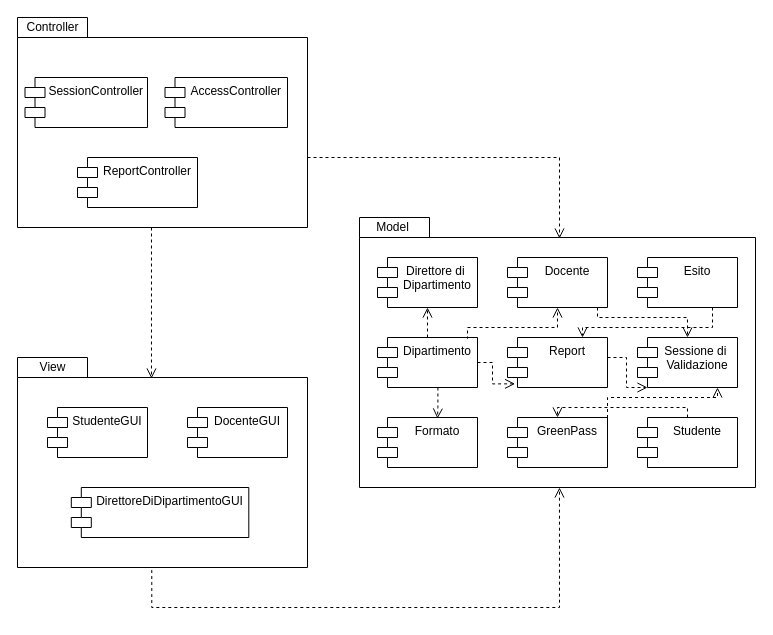
Above: Documentazione/Resources/Component Diagram.drawio in Alberto-00/EasyPass (draw.io), before the change. Source tidied: cells renumbered, new cells numbered last; positions are measured from the earlier drawing's top-left corner, leaving out a move shared by most shapes. Both pictures are drawn from the tidied source at 100%, with x=0, y=0 at pixel (17, 17).
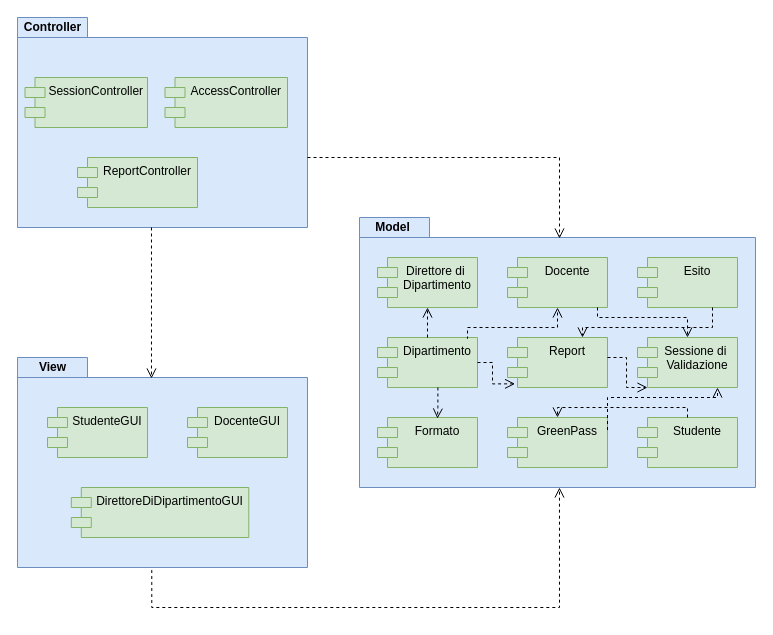
After the change.

The edit, as a diff of the source:
```diff
@@
-    <mxCell id="2" style="shape=folder;fontStyle=1;spacingTop=10;tabWidth=70;tabHeight=20;tabPosition=left;html=1;" parent="1" vertex="1">
+    <mxCell id="2" style="shape=folder;fontStyle=1;spacingTop=10;tabWidth=70;tabHeight=20;tabPosition=left;html=1;fillColor=#dae8fc;strokeColor=#6c8ebf;" parent="1" vertex="1">
       <mxGeometry width="290" height="210" as="geometry" />
     </mxCell>
-    <mxCell id="3" value="Controller" style="text;html=1;align=center;verticalAlign=middle;strokeColor=none;fillColor=none;" parent="1" vertex="1">
+    <mxCell id="3" value="&lt;b&gt;Controller&lt;/b&gt;" style="text;html=1;align=center;verticalAlign=middle;strokeColor=none;fillColor=none;" parent="1" vertex="1">
       <mxGeometry width="70" height="20" as="geometry" />
     </mxCell>
-    <mxCell id="4" style="shape=folder;fontStyle=1;spacingTop=10;tabWidth=70;tabHeight=20;tabPosition=left;html=1;" parent="1" vertex="1">
+    <mxCell id="4" style="shape=folder;fontStyle=1;spacingTop=10;tabWidth=70;tabHeight=20;tabPosition=left;html=1;fillColor=#dae8fc;strokeColor=#6c8ebf;" parent="1" vertex="1">
       <mxGeometry x="342" y="200" width="396" height="270" as="geometry" />
     </mxCell>
-    <mxCell id="5" value="Model" style="text;html=1;align=center;verticalAlign=middle;strokeColor=none;fillColor=none;" parent="1" vertex="1">
+    <mxCell id="5" value="&lt;b&gt;Model&lt;/b&gt;" style="text;html=1;align=center;verticalAlign=middle;strokeColor=none;fillColor=none;" parent="1" vertex="1">
       <mxGeometry x="350" y="200" width="50" height="20" as="geometry" />
     </mxCell>
-    <mxCell id="6" style="shape=folder;fontStyle=1;spacingTop=10;tabWidth=70;tabHeight=20;tabPosition=left;html=1;" parent="1" vertex="1">
+    <mxCell id="6" style="shape=folder;fontStyle=1;spacingTop=10;tabWidth=70;tabHeight=20;tabPosition=left;html=1;fillColor=#dae8fc;strokeColor=#6c8ebf;" parent="1" vertex="1">
       <mxGeometry y="340" width="290" height="210" as="geometry" />
     </mxCell>
-    <mxCell id="7" value="View" style="text;html=1;align=center;verticalAlign=middle;strokeColor=none;fillColor=none;" parent="1" vertex="1">
+    <mxCell id="7" value="&lt;b&gt;View&lt;/b&gt;" style="text;html=1;align=center;verticalAlign=middle;strokeColor=none;fillColor=none;" parent="1" vertex="1">
       <mxGeometry x="15" y="340" width="40" height="20" as="geometry" />
     </mxCell>
@@
-    <mxCell id="10" value="SessionController" style="shape=module;align=left;spacingLeft=20;align=center;verticalAlign=top;" parent="1" vertex="1">
+    <mxCell id="10" value="SessionController" style="shape=module;align=left;spacingLeft=20;align=center;verticalAlign=top;fillColor=#d5e8d4;strokeColor=#82b366;" parent="1" vertex="1">
       <mxGeometry x="7.5" y="60" width="122.5" height="50" as="geometry" />
     </mxCell>
-    <mxCell id="11" value="ReportController" style="shape=module;align=left;spacingLeft=20;align=center;verticalAlign=top;" parent="1" vertex="1">
+    <mxCell id="11" value="ReportController" style="shape=module;align=left;spacingLeft=20;align=center;verticalAlign=top;fillColor=#d5e8d4;strokeColor=#82b366;" parent="1" vertex="1">
       <mxGeometry x="60" y="140" width="120" height="50" as="geometry" />
     </mxCell>
-    <mxCell id="12" value="Direttore di &#10;Dipartimento" style="shape=module;align=left;spacingLeft=20;align=center;verticalAlign=top;" parent="1" vertex="1">
+    <mxCell id="12" value="Direttore di &#10;Dipartimento" style="shape=module;align=left;spacingLeft=20;align=center;verticalAlign=top;fillColor=#d5e8d4;strokeColor=#82b366;" parent="1" vertex="1">
       <mxGeometry x="360" y="240" width="100" height="50" as="geometry" />
     </mxCell>
-    <mxCell id="13" value="Docente" style="shape=module;align=left;spacingLeft=20;align=center;verticalAlign=top;" parent="1" vertex="1">
+    <mxCell id="13" value="Docente" style="shape=module;align=left;spacingLeft=20;align=center;verticalAlign=top;fillColor=#d5e8d4;strokeColor=#82b366;" parent="1" vertex="1">
       <mxGeometry x="490" y="240" width="100" height="50" as="geometry" />
     </mxCell>
-    <mxCell id="14" value="Esito" style="shape=module;align=left;spacingLeft=20;align=center;verticalAlign=top;" parent="1" vertex="1">
+    <mxCell id="14" value="Esito" style="shape=module;align=left;spacingLeft=20;align=center;verticalAlign=top;fillColor=#d5e8d4;strokeColor=#82b366;" parent="1" vertex="1">
       <mxGeometry x="620" y="240" width="100" height="50" as="geometry" />
     </mxCell>
-    <mxCell id="15" value="Formato" style="shape=module;align=left;spacingLeft=20;align=center;verticalAlign=top;" parent="1" vertex="1">
+    <mxCell id="15" value="Formato" style="shape=module;align=left;spacingLeft=20;align=center;verticalAlign=top;fillColor=#d5e8d4;strokeColor=#82b366;" parent="1" vertex="1">
       <mxGeometry x="360" y="400" width="100" height="50" as="geometry" />
     </mxCell>
-    <mxCell id="16" value="Sessione di &#10;Validazione" style="shape=module;align=left;spacingLeft=20;align=center;verticalAlign=top;" parent="1" vertex="1">
+    <mxCell id="16" value="Sessione di &#10;Validazione" style="shape=module;align=left;spacingLeft=20;align=center;verticalAlign=top;fillColor=#d5e8d4;strokeColor=#82b366;" parent="1" vertex="1">
       <mxGeometry x="620" y="320" width="100" height="50" as="geometry" />
     </mxCell>
-    <mxCell id="17" value="Report" style="shape=module;align=left;spacingLeft=20;align=center;verticalAlign=top;" parent="1" vertex="1">
+    <mxCell id="17" value="Report" style="shape=module;align=left;spacingLeft=20;align=center;verticalAlign=top;fillColor=#d5e8d4;strokeColor=#82b366;" parent="1" vertex="1">
       <mxGeometry x="490" y="320" width="100" height="50" as="geometry" />
     </mxCell>
-    <mxCell id="18" value="Studente" style="shape=module;align=left;spacingLeft=20;align=center;verticalAlign=top;" parent="1" vertex="1">
+    <mxCell id="18" value="Studente" style="shape=module;align=left;spacingLeft=20;align=center;verticalAlign=top;fillColor=#d5e8d4;strokeColor=#82b366;" parent="1" vertex="1">
       <mxGeometry x="620" y="400" width="100" height="50" as="geometry" />
     </mxCell>
-    <mxCell id="19" value="GreenPass" style="shape=module;align=left;spacingLeft=20;align=center;verticalAlign=top;" parent="1" vertex="1">
+    <mxCell id="19" value="GreenPass" style="shape=module;align=left;spacingLeft=20;align=center;verticalAlign=top;fillColor=#d5e8d4;strokeColor=#82b366;" parent="1" vertex="1">
       <mxGeometry x="490" y="400" width="100" height="50" as="geometry" />
     </mxCell>
-    <mxCell id="20" value="Dipartimento" style="shape=module;align=left;spacingLeft=20;align=center;verticalAlign=top;" parent="1" vertex="1">
+    <mxCell id="20" value="Dipartimento" style="shape=module;align=left;spacingLeft=20;align=center;verticalAlign=top;fillColor=#d5e8d4;strokeColor=#82b366;" parent="1" vertex="1">
       <mxGeometry x="360" y="320" width="100" height="50" as="geometry" />
     </mxCell>
@@
-    <mxCell id="31" value="StudenteGUI" style="shape=module;align=left;spacingLeft=20;align=center;verticalAlign=top;" parent="1" vertex="1">
+    <mxCell id="31" value="StudenteGUI" style="shape=module;align=left;spacingLeft=20;align=center;verticalAlign=top;fillColor=#d5e8d4;strokeColor=#82b366;" parent="1" vertex="1">
       <mxGeometry x="30" y="390" width="100" height="50" as="geometry" />
     </mxCell>
-    <mxCell id="32" value="DocenteGUI" style="shape=module;align=left;spacingLeft=20;align=center;verticalAlign=top;" parent="1" vertex="1">
+    <mxCell id="32" value="DocenteGUI" style="shape=module;align=left;spacingLeft=20;align=center;verticalAlign=top;fillColor=#d5e8d4;strokeColor=#82b366;" parent="1" vertex="1">
       <mxGeometry x="170" y="390" width="100" height="50" as="geometry" />
     </mxCell>
-    <mxCell id="33" value="DirettoreDiDipartimentoGUI" style="shape=module;align=left;spacingLeft=20;align=center;verticalAlign=top;" parent="1" vertex="1">
+    <mxCell id="33" value="DirettoreDiDipartimentoGUI" style="shape=module;align=left;spacingLeft=20;align=center;verticalAlign=top;fillColor=#d5e8d4;strokeColor=#82b366;" parent="1" vertex="1">
       <mxGeometry x="53.8" y="470" width="177.5" height="50" as="geometry" />
     </mxCell>
-    <mxCell id="34" value="AccessController" style="shape=module;align=left;spacingLeft=20;align=center;verticalAlign=top;" parent="1" vertex="1">
+    <mxCell id="34" value="AccessController" style="shape=module;align=left;spacingLeft=20;align=center;verticalAlign=top;fillColor=#d5e8d4;strokeColor=#82b366;" parent="1" vertex="1">
       <mxGeometry x="147.5" y="60" width="122.5" height="50" as="geometry" />
     </mxCell>
```
